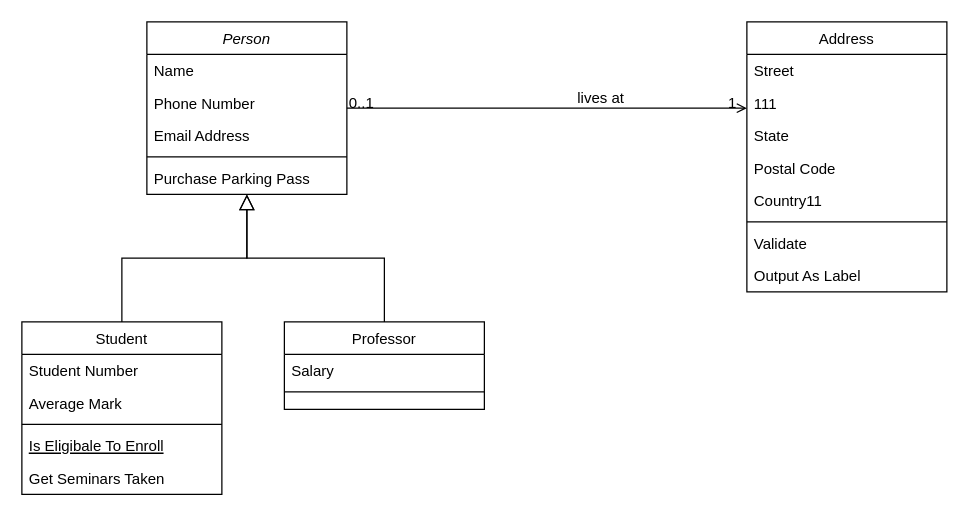
This is Test.drawio from skinow/diagrams, a draw.io file, before an edit. Source tidied: cells renumbered, new cells numbered last; positions are measured from the earlier drawing's top-left corner, leaving out a move shared by most shapes. Both pictures are drawn from the tidied source at 125%, with x=0, y=0 at pixel (21, 21).
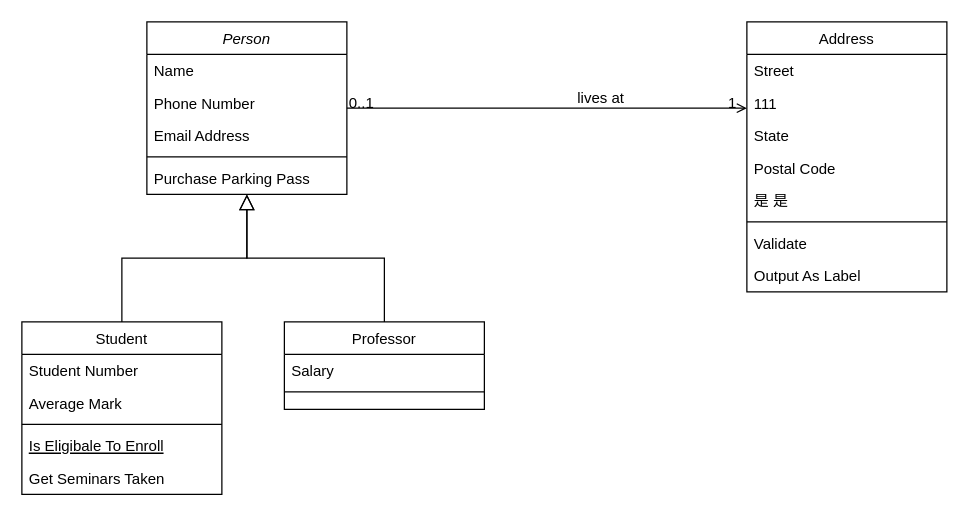
After the change.

The change refers to these unchanged cells:
```xml
<mxCell id="19" value="Address" style="swimlane;fontStyle=0;align=center;verticalAlign=top;horizontal=1;startSize=26;rounded=0;shadow=0;strokeWidth=1;" parent="1" vertex="1">
  <mxGeometry x="580" width="160" height="216" as="geometry" />
</mxCell>
```

The edit, as a diff of the source:
```diff
@@
-    <mxCell id="24" value="Country11" style="text;align=left;verticalAlign=top;spacingLeft=4;spacingRight=4;overflow=hidden;rounded=0;shadow=0;html=0;" parent="19" vertex="1">
+    <mxCell id="24" value="是 是" style="text;align=left;verticalAlign=top;spacingLeft=4;spacingRight=4;overflow=hidden;rounded=0;shadow=0;html=0;" parent="19" vertex="1">
       <mxGeometry y="130" width="160" height="26" as="geometry" />
     </mxCell>
```
